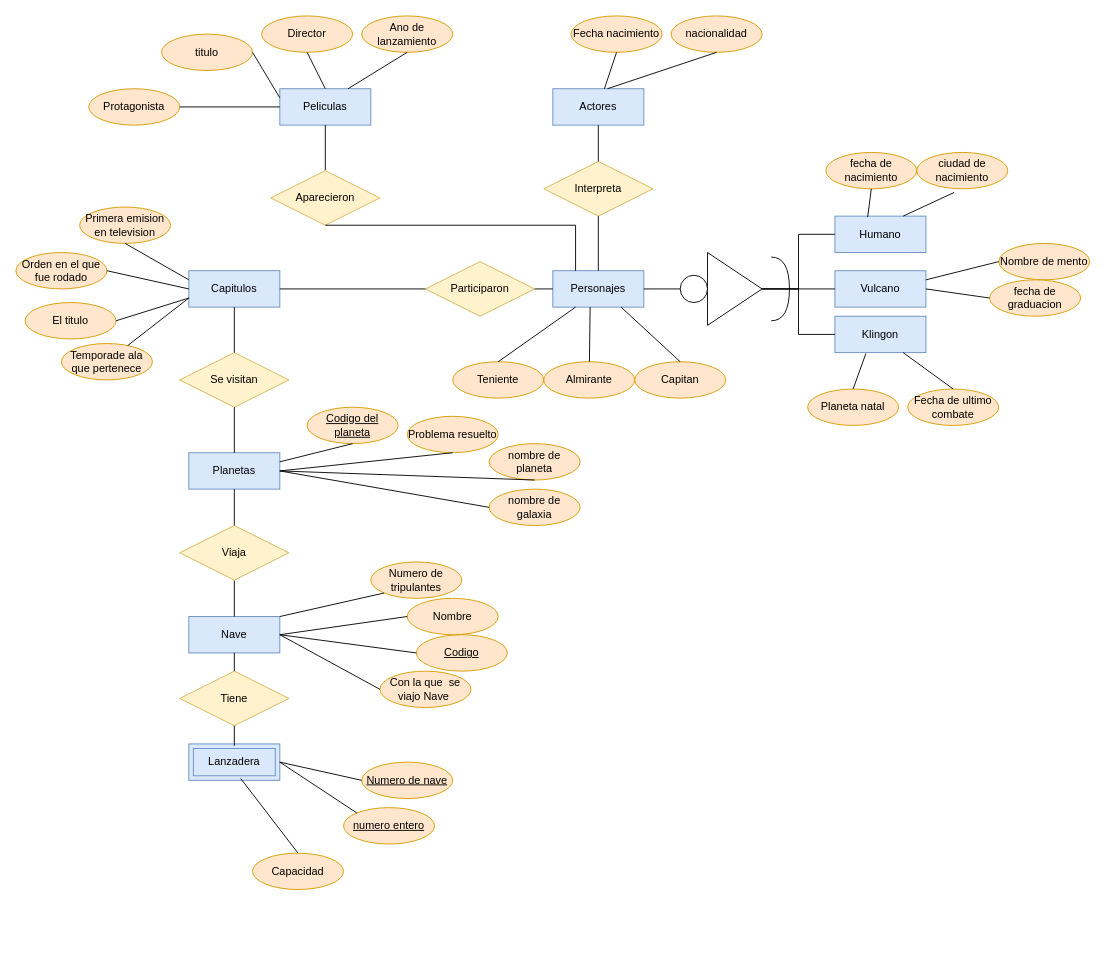
This is Unidad1/Tareas/Tarea evaluada3/Untitled Diagram.drawio from JVC0/Base-Datos, a draw.io file, before an edit. Source tidied: cells renumbered, new cells numbered last; positions are measured from the earlier drawing's top-left corner, leaving out a move shared by most shapes. Both pictures are drawn from the tidied source at 91%, with x=0, y=0 at pixel (15, 15).
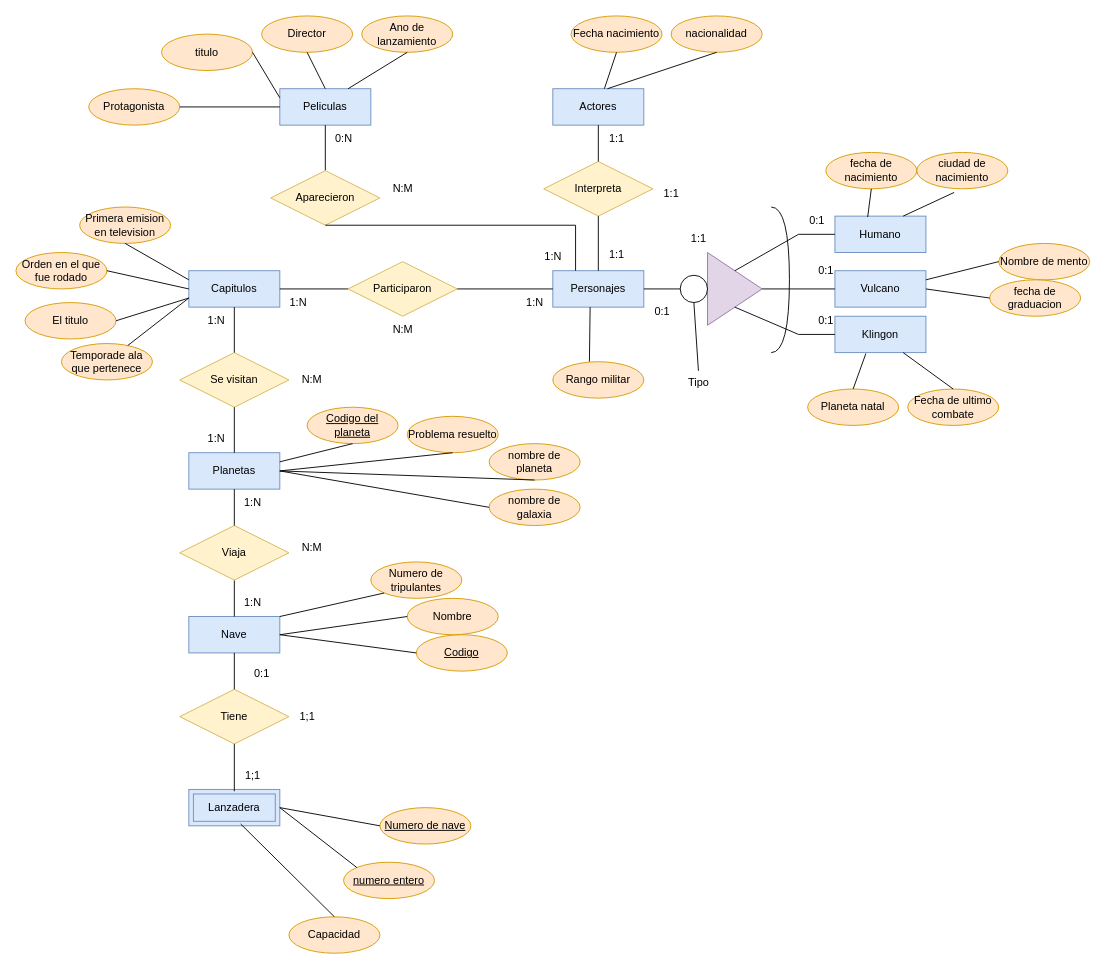
Above is the later version.

Unchanged cells that the change refers to:
```xml
<mxCell id="2" value="Personajes" style="whiteSpace=wrap;html=1;align=center;fillColor=#dae8fc;strokeColor=#6c8ebf;" parent="1" vertex="1">
  <mxGeometry x="590" y="280" width="100" height="40" as="geometry" />
</mxCell>
<mxCell id="7" value="Humano" style="whiteSpace=wrap;html=1;align=center;fillColor=#dae8fc;strokeColor=#6c8ebf;" parent="1" vertex="1">
  <mxGeometry x="900" y="220" width="100" height="40" as="geometry" />
</mxCell>
<mxCell id="8" value="Klingon" style="whiteSpace=wrap;html=1;align=center;fillColor=#dae8fc;strokeColor=#6c8ebf;" parent="1" vertex="1">
  <mxGeometry x="900" y="330" width="100" height="40" as="geometry" />
</mxCell>
<mxCell id="11" style="ellipse;whiteSpace=wrap;html=1;" parent="1" vertex="1">
  <mxGeometry x="730" y="285" width="30" height="30" as="geometry" />
</mxCell>
<mxCell id="21" value="Nave" style="whiteSpace=wrap;html=1;align=center;fillColor=#dae8fc;strokeColor=#6c8ebf;" parent="1" vertex="1">
  <mxGeometry x="190" y="660" width="100" height="40" as="geometry" />
</mxCell>
```

What changed in the source:
```diff
@@
-    <mxCell id="10" style="triangle;whiteSpace=wrap;html=1;" parent="1" vertex="1">
+    <mxCell id="10" style="triangle;whiteSpace=wrap;html=1;fillColor=#e1d5e7;strokeColor=#9673a6;" parent="1" vertex="1">
       <mxGeometry x="760" y="260" width="60" height="80" as="geometry" />
     </mxCell>
@@
-    <mxCell id="12" style="endArrow=none;html=1;rounded=0;entryX=1;entryY=0.5;entryDx=0;entryDy=0;exitX=0;exitY=0.5;exitDx=0;exitDy=0;" parent="1" edge="1" source="7" target="10">
+    <mxCell id="12" style="endArrow=none;html=1;rounded=0;exitX=0;exitY=0.5;exitDx=0;exitDy=0;" parent="1" edge="1" source="7" target="10">
       <mxGeometry relative="1" as="geometry">
         <Array as="points">
           <mxPoint x="860" y="240" />
-          <mxPoint x="860" y="300" />
+          <mxPoint x="790" y="280" />
         </Array>
       </mxGeometry>
     </mxCell>
-    <mxCell id="13" style="endArrow=none;html=1;rounded=0;entryX=0;entryY=0.5;entryDx=0;entryDy=0;exitX=1;exitY=0.5;exitDx=0;exitDy=0;" parent="1" edge="1" source="10" target="8">
+    <mxCell id="13" style="endArrow=none;html=1;rounded=0;entryX=0;entryY=0.5;entryDx=0;entryDy=0;exitX=0.5;exitY=1;exitDx=0;exitDy=0;" parent="1" edge="1" source="10" target="8">
       <mxGeometry relative="1" as="geometry">
         <Array as="points">
-          <mxPoint x="860" y="300" />
           <mxPoint x="860" y="350" />
         </Array>
       </mxGeometry>
     </mxCell>
@@
-    <mxCell id="15" value="Teniente" style="ellipse;whiteSpace=wrap;html=1;align=center;fillColor=#ffe6cc;strokeColor=#d79b00;" parent="1" vertex="1">
-      <mxGeometry x="480" y="380" width="100" height="40" as="geometry" />
-    </mxCell>
-    <mxCell id="16" value="Almirante" style="ellipse;whiteSpace=wrap;html=1;align=center;fillColor=#ffe6cc;strokeColor=#d79b00;" parent="1" vertex="1">
-      <mxGeometry x="580" y="380" width="100" height="40" as="geometry" />
-    </mxCell>
-    <mxCell id="17" value="Capitan" style="ellipse;whiteSpace=wrap;html=1;align=center;fillColor=#ffe6cc;strokeColor=#d79b00;" parent="1" vertex="1">
-      <mxGeometry x="680" y="380" width="100" height="40" as="geometry" />
-    </mxCell>
@@
     <mxCell id="19" style="shape=requiredInterface;html=1;verticalLabelPosition=bottom;sketch=0;" parent="1" vertex="1">
-      <mxGeometry x="830" y="265" width="20" height="70" as="geometry" />
+      <mxGeometry x="830" y="210" width="20" height="160" as="geometry" />
     </mxCell>
@@
     <mxCell id="22" value="Lanzadera" style="shape=ext;margin=3;double=1;whiteSpace=wrap;html=1;align=center;fillColor=#dae8fc;strokeColor=#6c8ebf;" parent="1" vertex="1">
-      <mxGeometry x="190" y="800" width="100" height="40" as="geometry" />
+      <mxGeometry x="190" y="850" width="100" height="40" as="geometry" />
     </mxCell>
@@
-    <mxCell id="29" style="endArrow=none;html=1;rounded=0;entryX=0.5;entryY=0;entryDx=0;entryDy=0;exitX=0.25;exitY=1;exitDx=0;exitDy=0;" parent="1" edge="1" source="2" target="15">
-      <mxGeometry relative="1" as="geometry" />
-    </mxCell>
-    <mxCell id="30" style="endArrow=none;html=1;rounded=0;entryX=0.41;entryY=1;entryDx=0;entryDy=0;entryPerimeter=0;" parent="1" edge="1" source="16" target="2">
-      <mxGeometry relative="1" as="geometry" />
+    <mxCell id="30" style="endArrow=none;html=1;rounded=0;entryX=0.41;entryY=1;entryDx=0;entryDy=0;entryPerimeter=0;" parent="1" edge="1" target="2">
+      <mxGeometry relative="1" as="geometry">
+        <mxPoint x="630.2" y="380" as="sourcePoint" />
+      </mxGeometry>
     </mxCell>
-    <mxCell id="31" style="endArrow=none;html=1;rounded=0;entryX=0.75;entryY=1;entryDx=0;entryDy=0;exitX=0.5;exitY=0;exitDx=0;exitDy=0;" parent="1" edge="1" source="17" target="2">
-      <mxGeometry relative="1" as="geometry" />
-    </mxCell>
@@
     <mxCell id="48" value="Participaron" style="shape=rhombus;perimeter=rhombusPerimeter;whiteSpace=wrap;html=1;align=center;fillColor=#fff2cc;strokeColor=#d6b656;" parent="1" vertex="1">
-      <mxGeometry x="450" y="270" width="120" height="60" as="geometry" />
+      <mxGeometry x="365" y="270" width="120" height="60" as="geometry" />
     </mxCell>
@@
-    <mxCell id="71" value="Con la que&amp;nbsp; se viajo Nave&amp;nbsp;" style="ellipse;whiteSpace=wrap;html=1;align=center;fillColor=#ffe6cc;strokeColor=#d79b00;" parent="1" vertex="1">
-      <mxGeometry x="400" y="720" width="100" height="40" as="geometry" />
-    </mxCell>
@@
     <mxCell id="84" value="Tiene" style="shape=rhombus;perimeter=rhombusPerimeter;whiteSpace=wrap;html=1;align=center;fillColor=#fff2cc;strokeColor=#d6b656;" parent="1" vertex="1">
-      <mxGeometry x="180" y="720" width="120" height="60" as="geometry" />
+      <mxGeometry x="180" y="740" width="120" height="60" as="geometry" />
     </mxCell>
@@
-    <mxCell id="90" style="endArrow=none;html=1;rounded=0;exitX=1;exitY=0.5;exitDx=0;exitDy=0;entryX=0;entryY=0.5;entryDx=0;entryDy=0;" parent="1" edge="1" source="21" target="71">
-      <mxGeometry relative="1" as="geometry" />
-    </mxCell>
     <mxCell id="91" value="Numero de nave" style="ellipse;whiteSpace=wrap;html=1;align=center;fontStyle=4;fillColor=#ffe6cc;strokeColor=#d79b00;" parent="1" vertex="1">
-      <mxGeometry x="380" y="820" width="100" height="40" as="geometry" />
+      <mxGeometry x="400" y="870" width="100" height="40" as="geometry" />
     </mxCell>
     <mxCell id="92" value="numero entero" style="ellipse;whiteSpace=wrap;html=1;align=center;fontStyle=4;fillColor=#ffe6cc;strokeColor=#d79b00;" parent="1" vertex="1">
-      <mxGeometry x="360" y="870" width="100" height="40" as="geometry" />
+      <mxGeometry x="360" y="930" width="100" height="40" as="geometry" />
     </mxCell>
-    <mxCell id="93" style="endArrow=none;html=1;rounded=0;entryX=1;entryY=0.5;entryDx=0;entryDy=0;" parent="1" edge="1" target="22">
-      <mxGeometry relative="1" as="geometry">
-        <mxPoint x="380" y="840" as="sourcePoint" />
-      </mxGeometry>
+    <mxCell id="93" style="endArrow=none;html=1;rounded=0;entryX=1;entryY=0.5;entryDx=0;entryDy=0;exitX=0;exitY=0.5;exitDx=0;exitDy=0;" parent="1" edge="1" source="91" target="22">
+      <mxGeometry relative="1" as="geometry" />
     </mxCell>
@@
     <mxCell id="95" value="Capacidad" style="ellipse;whiteSpace=wrap;html=1;align=center;fillColor=#ffe6cc;strokeColor=#d79b00;" parent="1" vertex="1">
-      <mxGeometry x="260" y="920" width="100" height="40" as="geometry" />
+      <mxGeometry x="300" y="990" width="100" height="40" as="geometry" />
     </mxCell>
@@
+    <mxCell id="97" value="1:1" style="text;html=1;align=center;verticalAlign=middle;strokeColor=none;fillColor=none;" parent="1" vertex="1">
+      <mxGeometry x="640" y="248" width="40" height="30" as="geometry" />
+    </mxCell>
+    <mxCell id="98" value="1:1" style="text;html=1;align=center;verticalAlign=middle;strokeColor=none;fillColor=none;" parent="1" vertex="1">
+      <mxGeometry x="640" y="120" width="40" height="30" as="geometry" />
+    </mxCell>
+    <mxCell id="99" value="1:1" style="text;html=1;align=center;verticalAlign=middle;strokeColor=none;fillColor=none;" parent="1" vertex="1">
+      <mxGeometry x="700" y="180" width="40" height="30" as="geometry" />
+    </mxCell>
+    <mxCell id="100" value="0:1" style="text;html=1;align=center;verticalAlign=middle;strokeColor=none;fillColor=none;" parent="1" vertex="1">
+      <mxGeometry x="690" y="310" width="40" height="30" as="geometry" />
+    </mxCell>
+    <mxCell id="101" value="1:1" style="text;html=1;align=center;verticalAlign=middle;strokeColor=none;fillColor=none;" parent="1" vertex="1">
+      <mxGeometry x="730" y="230" width="40" height="30" as="geometry" />
+    </mxCell>
+    <mxCell id="102" value="0:1" style="text;html=1;align=center;verticalAlign=middle;strokeColor=none;fillColor=none;" parent="1" vertex="1">
+      <mxGeometry x="860" y="210" width="40" height="30" as="geometry" />
+    </mxCell>
+    <mxCell id="103" value="0:1" style="text;html=1;align=center;verticalAlign=middle;strokeColor=none;fillColor=none;" parent="1" vertex="1">
+      <mxGeometry x="870" y="265" width="40" height="30" as="geometry" />
+    </mxCell>
+    <mxCell id="104" value="0:1" style="text;html=1;align=center;verticalAlign=middle;strokeColor=none;fillColor=none;" parent="1" vertex="1">
+      <mxGeometry x="870" y="320" width="40" height="30" as="geometry" />
+    </mxCell>
+    <mxCell id="105" value="1:N" style="text;html=1;align=center;verticalAlign=middle;strokeColor=none;fillColor=none;" parent="1" vertex="1">
+      <mxGeometry x="570" y="250" width="40" height="30" as="geometry" />
+    </mxCell>
+    <mxCell id="106" value="0:N" style="text;html=1;align=center;verticalAlign=middle;strokeColor=none;fillColor=none;" parent="1" vertex="1">
+      <mxGeometry x="340" y="120" width="40" height="30" as="geometry" />
+    </mxCell>
+    <mxCell id="107" value="Rango militar" style="ellipse;whiteSpace=wrap;html=1;align=center;fillColor=#ffe6cc;strokeColor=#d79b00;" parent="1" vertex="1">
+      <mxGeometry x="590" y="380" width="100" height="40" as="geometry" />
+    </mxCell>
+    <mxCell id="108" value="N:M" style="text;html=1;align=center;verticalAlign=middle;strokeColor=none;fillColor=none;" parent="1" vertex="1">
+      <mxGeometry x="400" y="175" width="50" height="30" as="geometry" />
+    </mxCell>
+    <mxCell id="109" value="1:N" style="text;html=1;align=center;verticalAlign=middle;strokeColor=none;fillColor=none;" parent="1" vertex="1">
+      <mxGeometry x="550" y="300" width="40" height="30" as="geometry" />
+    </mxCell>
+    <mxCell id="110" value="1:N" style="text;html=1;align=center;verticalAlign=middle;strokeColor=none;fillColor=none;" parent="1" vertex="1">
+      <mxGeometry x="290" y="300" width="40" height="30" as="geometry" />
+    </mxCell>
+    <mxCell id="111" value="N:M" style="text;html=1;align=center;verticalAlign=middle;strokeColor=none;fillColor=none;" parent="1" vertex="1">
+      <mxGeometry x="400" y="330" width="50" height="30" as="geometry" />
+    </mxCell>
+    <mxCell id="112" value="1:N" style="text;html=1;align=center;verticalAlign=middle;strokeColor=none;fillColor=none;" parent="1" vertex="1">
+      <mxGeometry x="200" y="450" width="40" height="30" as="geometry" />
+    </mxCell>
+    <mxCell id="113" value="1:N" style="text;html=1;align=center;verticalAlign=middle;strokeColor=none;fillColor=none;" parent="1" vertex="1">
+      <mxGeometry x="200" y="320" width="40" height="30" as="geometry" />
+    </mxCell>
+    <mxCell id="114" value="N:M" style="text;html=1;align=center;verticalAlign=middle;strokeColor=none;fillColor=none;" parent="1" vertex="1">
+      <mxGeometry x="300" y="385" width="50" height="30" as="geometry" />
+    </mxCell>
+    <mxCell id="115" value="1;1" style="text;html=1;align=center;verticalAlign=middle;strokeColor=none;fillColor=none;" parent="1" vertex="1">
+      <mxGeometry x="240" y="820" width="40" height="30" as="geometry" />
+    </mxCell>
+    <mxCell id="116" value="1;1" style="text;html=1;align=center;verticalAlign=middle;strokeColor=none;fillColor=none;" parent="1" vertex="1">
+      <mxGeometry x="300" y="755" width="40" height="30" as="geometry" />
+    </mxCell>
+    <mxCell id="117" value="1:N" style="text;html=1;align=center;verticalAlign=middle;strokeColor=none;fillColor=none;" parent="1" vertex="1">
+      <mxGeometry x="240" y="520" width="40" height="30" as="geometry" />
+    </mxCell>
+    <mxCell id="118" value="1:N" style="text;html=1;align=center;verticalAlign=middle;strokeColor=none;fillColor=none;" parent="1" vertex="1">
+      <mxGeometry x="240" y="630" width="40" height="30" as="geometry" />
+    </mxCell>
+    <mxCell id="119" value="N:M" style="text;html=1;align=center;verticalAlign=middle;strokeColor=none;fillColor=none;" parent="1" vertex="1">
+      <mxGeometry x="300" y="570" width="50" height="30" as="geometry" />
+    </mxCell>
+    <mxCell id="120" value="0:1" style="text;html=1;align=center;verticalAlign=middle;strokeColor=none;fillColor=none;" parent="1" vertex="1">
+      <mxGeometry x="250" y="708" width="40" height="30" as="geometry" />
+    </mxCell>
+    <mxCell id="121" style="endArrow=none;html=1;rounded=0;entryX=0.5;entryY=1;entryDx=0;entryDy=0;" parent="1" edge="1" target="11">
+      <mxGeometry relative="1" as="geometry">
+        <mxPoint x="750" y="390" as="sourcePoint" />
+      </mxGeometry>
+    </mxCell>
+    <mxCell id="122" value="Tipo" style="text;html=1;align=center;verticalAlign=middle;strokeColor=none;fillColor=none;" parent="1" vertex="1">
+      <mxGeometry x="725" y="388" width="50" height="30" as="geometry" />
+    </mxCell>
```
